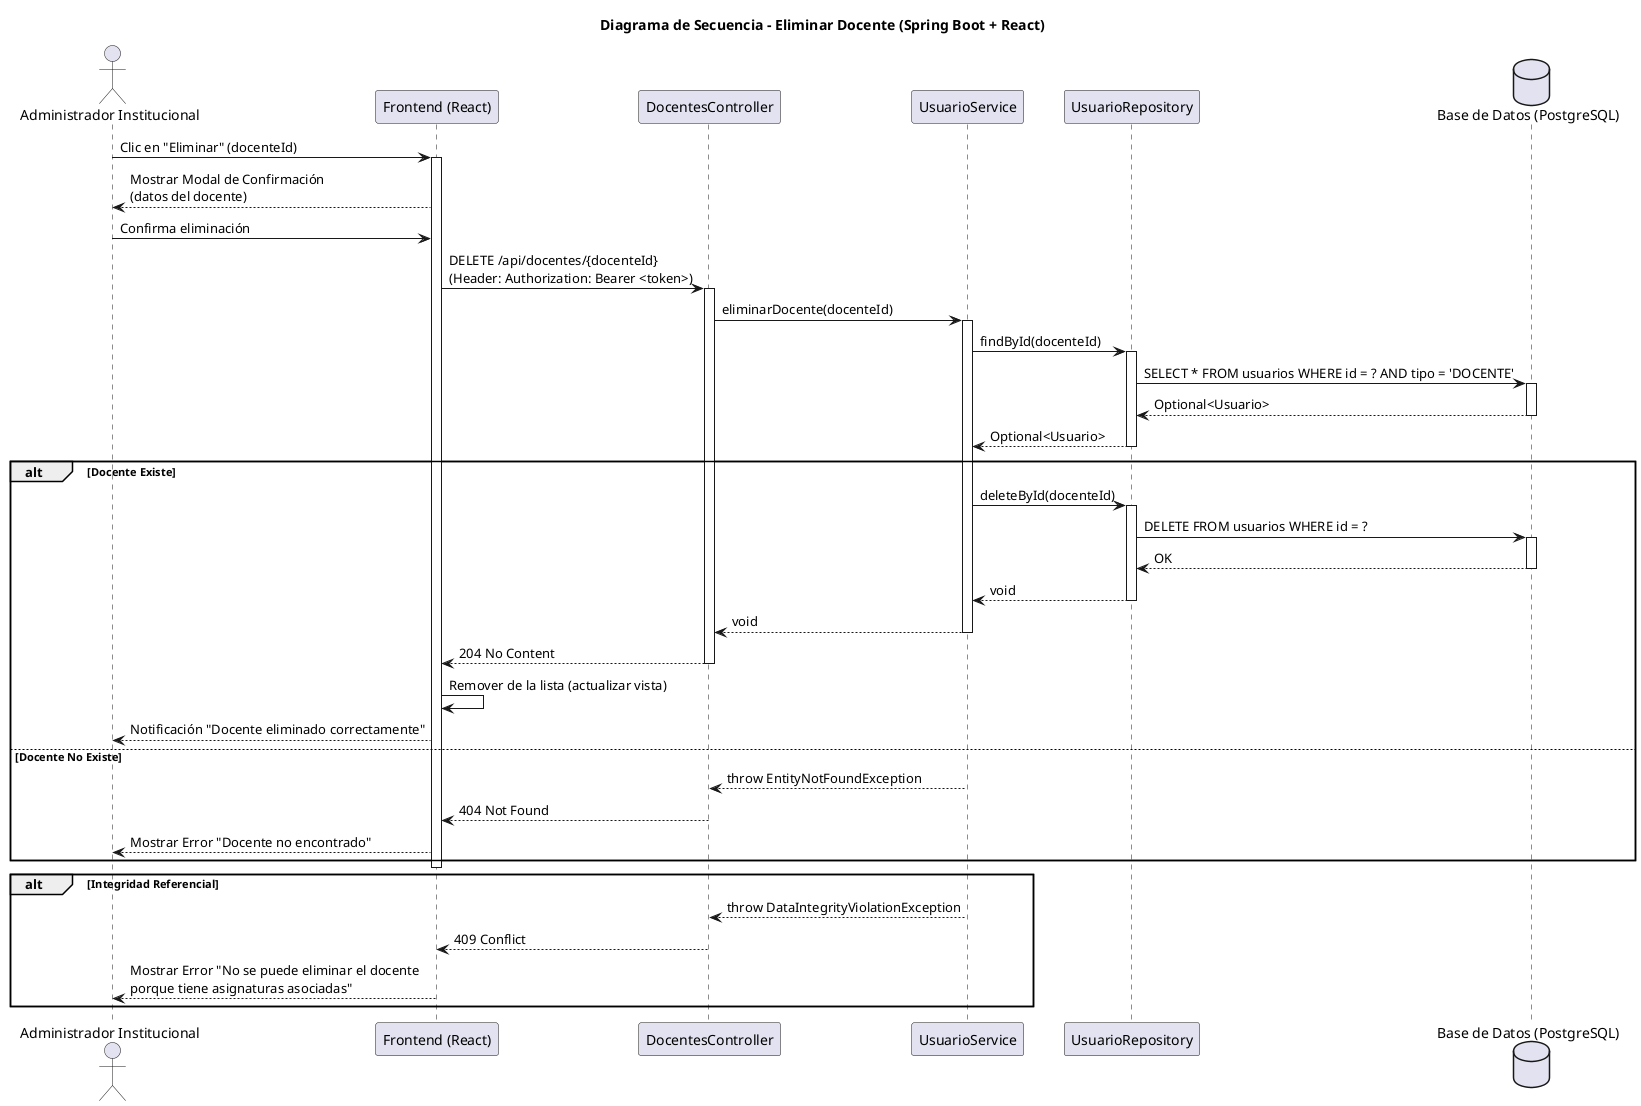
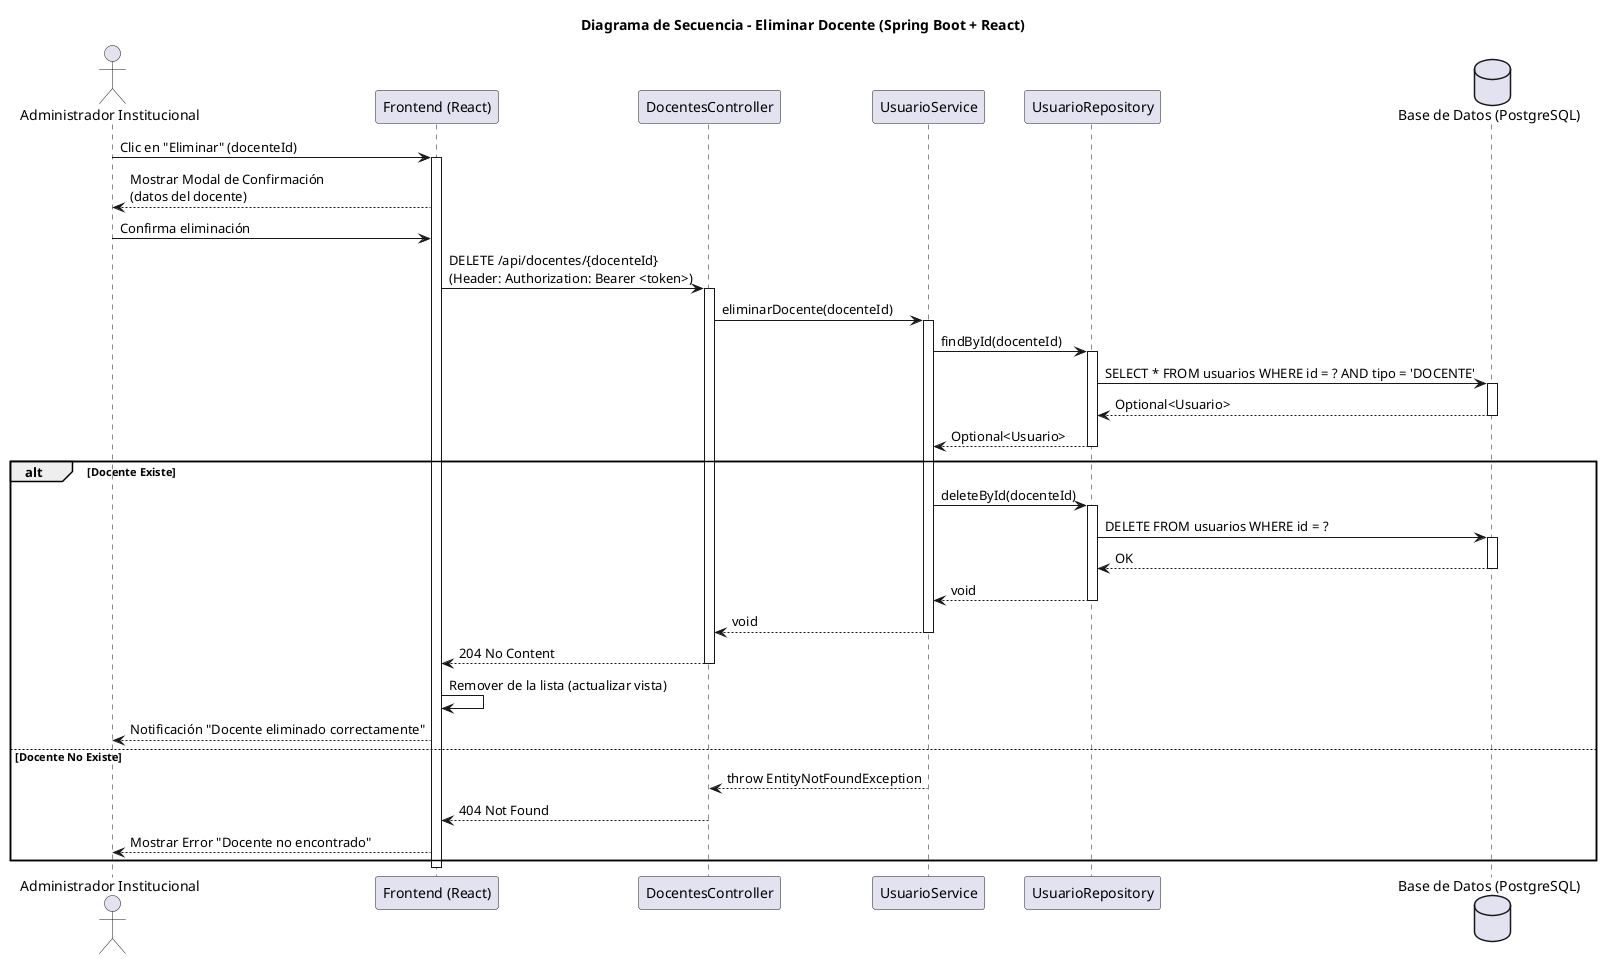
@startuml
title Diagrama de Secuencia - Eliminar Docente (Spring Boot + React)

actor "Administrador Institucional" as Admin
participant "Frontend (React)" as FE
participant "DocentesController" as Controller
participant "UsuarioService" as Service
participant "UsuarioRepository" as Repo
database "Base de Datos (PostgreSQL)" as DB

Admin -> FE: Clic en "Eliminar" (docenteId)
activate FE
FE --> Admin: Mostrar Modal de Confirmación\n(datos del docente)
Admin -> FE: Confirma eliminación
FE -> Controller: DELETE /api/docentes/{docenteId}\n(Header: Authorization: Bearer <token>)
activate Controller
Controller -> Service: eliminarDocente(docenteId)
activate Service
Service -> Repo: findById(docenteId)
activate Repo
Repo -> DB: SELECT * FROM usuarios WHERE id = ? AND tipo = 'DOCENTE'
activate DB
DB --> Repo: Optional<Usuario>
deactivate DB
Repo --> Service: Optional<Usuario>
deactivate Repo
alt Docente Existe
    Service -> Repo: deleteById(docenteId)
    activate Repo
    Repo -> DB: DELETE FROM usuarios WHERE id = ?
    activate DB
    DB --> Repo: OK
    deactivate DB
    Repo --> Service: void
    deactivate Repo
    Service --> Controller: void
    deactivate Service
    Controller --> FE: 204 No Content
    deactivate Controller
    FE -> FE: Remover de la lista (actualizar vista)
    FE --> Admin: Notificación "Docente eliminado correctamente"
else Docente No Existe
    Service --> Controller: throw EntityNotFoundException
    deactivate Service
    Controller --> FE: 404 Not Found
    deactivate Controller
    FE --> Admin: Mostrar Error "Docente no encontrado"
end
deactivate FE
- 
- alt Integridad Referencial
-     Service --> Controller: throw DataIntegrityViolationException
-     deactivate Service
-     Controller --> FE: 409 Conflict
-     deactivate Controller
-     FE --> Admin: Mostrar Error "No se puede eliminar el docente\nporque tiene asignaturas asociadas"
- end